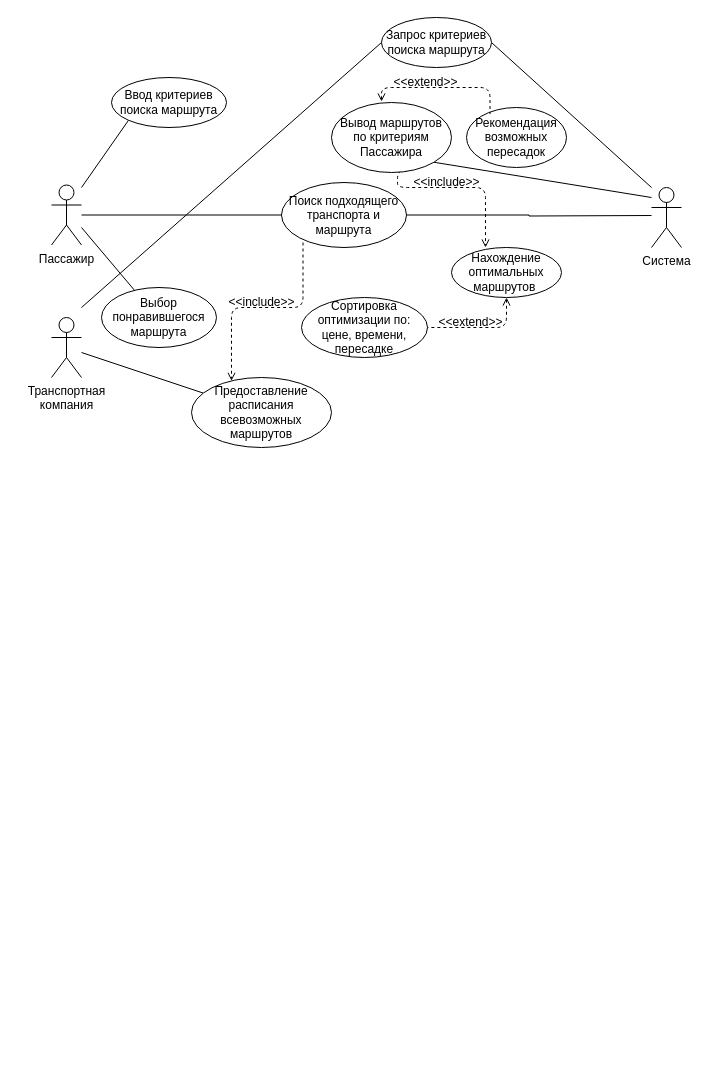
Anaastasiya/- keeps this draw.io diagram as usecase.drawio. Above is the earlier version. Source tidied: cells renumbered, new cells numbered last; positions are measured from the earlier drawing's top-left corner, leaving out a move shared by most shapes. Both pictures are drawn from the tidied source at 100%, with x=0, y=0 at pixel (51, 17).
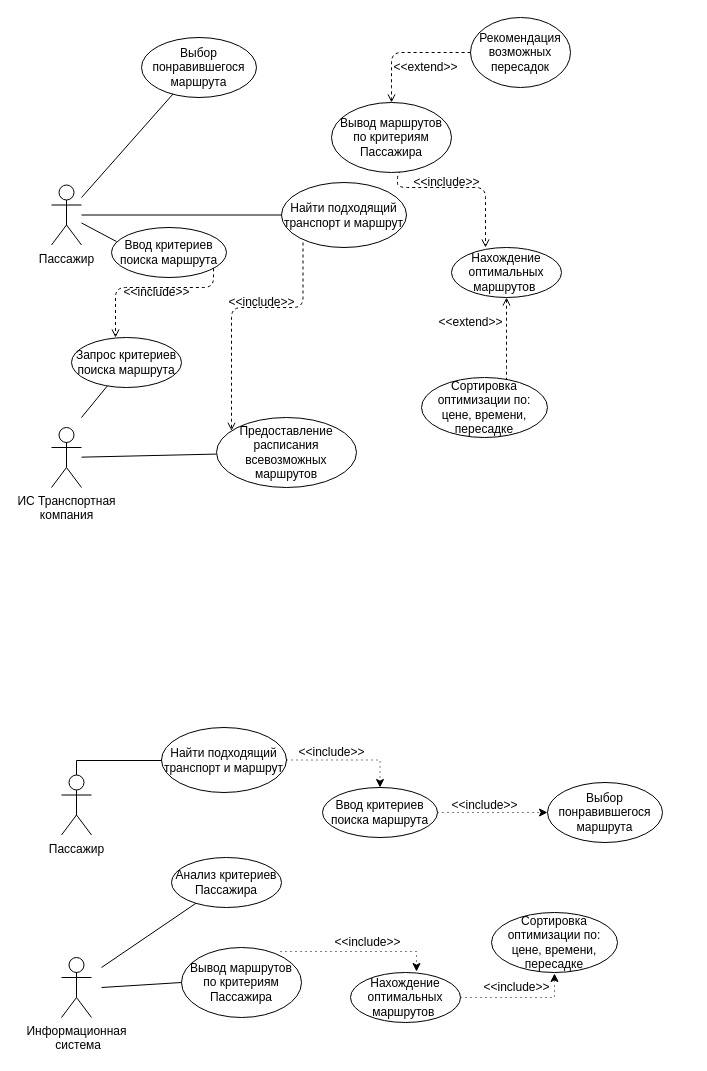
Above is the later version.

Unchanged cells that the change refers to:
```xml
<mxCell id="11" value="Пассажир" style="shape=umlActor;verticalLabelPosition=bottom;verticalAlign=top;html=1;" parent="1" vertex="1">
  <mxGeometry y="167.5" width="30" height="60" as="geometry" />
</mxCell>
<mxCell id="16" value="Вывод маршрутов по критериям Пассажира" style="ellipse;whiteSpace=wrap;html=1;" parent="1" vertex="1">
  <mxGeometry x="280" y="85" width="120" height="70" as="geometry" />
</mxCell>
<mxCell id="19" value="Нахождение оптимальных маршрутов&amp;nbsp;" style="ellipse;whiteSpace=wrap;html=1;" parent="1" vertex="1">
  <mxGeometry x="400" y="230" width="110" height="50" as="geometry" />
</mxCell>
```

Diff of the diagram source:
```diff
@@
-    <mxCell id="3" value="Транспортная&lt;br&gt;компания" style="shape=umlActor;verticalLabelPosition=bottom;verticalAlign=top;html=1;" parent="1" vertex="1">
-      <mxGeometry y="300" width="30" height="60" as="geometry" />
+    <mxCell id="3" value="ИС Транспортная&lt;br&gt;компания" style="shape=umlActor;verticalLabelPosition=bottom;verticalAlign=top;html=1;" parent="1" vertex="1">
+      <mxGeometry y="410" width="30" height="60" as="geometry" />
     </mxCell>
-    <mxCell id="4" style="edgeStyle=orthogonalEdgeStyle;rounded=0;jettySize=auto;html=1;endArrow=none;endFill=0;" parent="1" edge="1" target="13">
-      <mxGeometry relative="1" as="geometry">
-        <mxPoint x="600" y="198" as="sourcePoint" />
-      </mxGeometry>
-    </mxCell>
-    <mxCell id="5" style="edgeStyle=none;rounded=0;jettySize=auto;html=1;endArrow=none;endFill=0;entryX=1;entryY=0.5;entryDx=0;entryDy=0;" parent="1" edge="1" target="17">
-      <mxGeometry relative="1" as="geometry">
-        <mxPoint x="600" y="170" as="sourcePoint" />
-      </mxGeometry>
-    </mxCell>
-    <mxCell id="6" style="edgeStyle=none;rounded=0;jettySize=auto;html=1;entryX=1;entryY=1;entryDx=0;entryDy=0;endArrow=none;endFill=0;" parent="1" edge="1" target="16">
-      <mxGeometry relative="1" as="geometry">
-        <mxPoint x="600" y="180" as="sourcePoint" />
-      </mxGeometry>
-    </mxCell>
-    <mxCell id="7" value="Система" style="shape=umlActor;verticalLabelPosition=bottom;verticalAlign=top;html=1;" parent="1" vertex="1">
-      <mxGeometry x="600" y="170" width="30" height="60" as="geometry" />
-    </mxCell>
@@
-    <mxCell id="9" style="rounded=0;jettySize=auto;html=1;entryX=0;entryY=1;entryDx=0;entryDy=0;endArrow=none;endFill=0;" parent="1" edge="1" target="18">
-      <mxGeometry relative="1" as="geometry">
-        <mxPoint x="30" y="170" as="sourcePoint" />
-      </mxGeometry>
+    <mxCell id="9" style="rounded=0;jettySize=auto;html=1;entryX=0.043;entryY=0.28;entryDx=0;entryDy=0;endArrow=none;endFill=0;entryPerimeter=0;" parent="1" edge="1" source="11" target="18">
+      <mxGeometry relative="1" as="geometry" />
     </mxCell>
-    <mxCell id="10" style="edgeStyle=none;rounded=0;jettySize=auto;html=1;entryX=0.296;entryY=0.067;entryDx=0;entryDy=0;entryPerimeter=0;endArrow=none;endFill=0;" parent="1" edge="1" target="21">
+    <mxCell id="10" style="edgeStyle=none;rounded=0;jettySize=auto;html=1;entryX=0.278;entryY=0.933;entryDx=0;entryDy=0;endArrow=none;endFill=0;entryPerimeter=0;" parent="1" edge="1" target="21">
       <mxGeometry relative="1" as="geometry">
-        <mxPoint x="30" y="210" as="sourcePoint" />
+        <mxPoint x="30" y="180" as="sourcePoint" />
       </mxGeometry>
     </mxCell>
@@
     <mxCell id="12" value="Рекомендация возможных пересадок" style="ellipse;whiteSpace=wrap;html=1;" parent="1" vertex="1">
-      <mxGeometry x="415" y="90" width="100" height="60" as="geometry" />
+      <mxGeometry x="419" width="100" height="70" as="geometry" />
     </mxCell>
-    <mxCell id="13" value="&lt;div style=&quot;&quot;&gt;&lt;span style=&quot;background-color: initial;&quot;&gt;Поиск подходящего транспорта и маршрута&lt;/span&gt;&lt;/div&gt;" style="ellipse;whiteSpace=wrap;html=1;align=center;" parent="1" vertex="1">
+    <mxCell id="13" value="&lt;div style=&quot;&quot;&gt;&lt;span style=&quot;background-color: initial;&quot;&gt;Найти подходящий транспорт и маршрут&lt;/span&gt;&lt;/div&gt;" style="ellipse;whiteSpace=wrap;html=1;align=center;" parent="1" vertex="1">
       <mxGeometry x="230" y="165" width="125" height="65" as="geometry" />
     </mxCell>
-    <mxCell id="14" style="edgeStyle=orthogonalEdgeStyle;rounded=1;jettySize=auto;html=1;endArrow=none;endFill=0;entryX=0.235;entryY=0.092;entryDx=0;entryDy=0;dashed=1;entryPerimeter=0;startArrow=open;startFill=0;exitX=0.417;exitY=-0.014;exitDx=0;exitDy=0;exitPerimeter=0;" parent="1" edge="1" source="16">
+    <mxCell id="14" style="edgeStyle=orthogonalEdgeStyle;rounded=1;jettySize=auto;html=1;endArrow=none;endFill=0;dashed=1;startArrow=open;startFill=0;exitX=0.5;exitY=0;exitDx=0;exitDy=0;" parent="1" edge="1" source="16" target="12">
       <mxGeometry relative="1" as="geometry">
-        <mxPoint x="438.5" y="96.5" as="targetPoint" />
         <Array as="points">
-          <mxPoint x="330" y="70" />
-          <mxPoint x="439" y="70" />
+          <mxPoint x="340" y="80" />
+          <mxPoint x="340" y="80" />
         </Array>
       </mxGeometry>
     </mxCell>
@@
     <mxCell id="17" value="Запрос критериев поиска маршрута" style="ellipse;whiteSpace=wrap;html=1;" parent="1" vertex="1">
-      <mxGeometry x="330" width="110" height="50" as="geometry" />
+      <mxGeometry x="20" y="320" width="110" height="50" as="geometry" />
     </mxCell>
     <mxCell id="18" value="Ввод критериев поиска маршрута" style="ellipse;whiteSpace=wrap;html=1;" parent="1" vertex="1">
-      <mxGeometry x="60" y="60" width="115" height="50" as="geometry" />
+      <mxGeometry x="60" y="210" width="115" height="50" as="geometry" />
     </mxCell>
@@
     <mxCell id="20" value="Сортировка оптимизации по: цене, времени, пересадке" style="ellipse;whiteSpace=wrap;html=1;" parent="1" vertex="1">
-      <mxGeometry x="250" y="280" width="126" height="60" as="geometry" />
+      <mxGeometry x="370" y="360" width="126" height="60" as="geometry" />
     </mxCell>
     <mxCell id="21" value="Выбор понравившегося маршрута" style="ellipse;whiteSpace=wrap;html=1;" parent="1" vertex="1">
-      <mxGeometry x="50" y="270" width="115" height="60" as="geometry" />
+      <mxGeometry x="90" y="20" width="115" height="60" as="geometry" />
     </mxCell>
     <mxCell id="22" value="Предоставление расписания всевозможных маршрутов" style="ellipse;whiteSpace=wrap;html=1;" parent="1" vertex="1">
-      <mxGeometry x="140" y="360" width="140" height="70" as="geometry" />
+      <mxGeometry x="165" y="400" width="140" height="70" as="geometry" />
     </mxCell>
     <mxCell id="23" value="&amp;lt;&amp;lt;extend&amp;gt;&amp;gt;" style="text;html=1;align=center;verticalAlign=middle;fillColor=none;strokeColor=none;rounded=0;" parent="1" vertex="1">
-      <mxGeometry x="329" y="50" width="90" height="30" as="geometry" />
+      <mxGeometry x="329" y="35" width="90" height="30" as="geometry" />
     </mxCell>
-    <mxCell id="24" style="edgeStyle=orthogonalEdgeStyle;rounded=1;jettySize=auto;html=1;endArrow=none;endFill=0;entryX=1;entryY=0.5;entryDx=0;entryDy=0;exitX=0.5;exitY=1;exitDx=0;exitDy=0;dashed=1;startArrow=open;startFill=0;" parent="1" edge="1" source="19" target="20">
+    <mxCell id="24" style="edgeStyle=orthogonalEdgeStyle;rounded=1;jettySize=auto;html=1;endArrow=none;endFill=0;dashed=1;startArrow=open;startFill=0;" parent="1" edge="1" source="19" target="20">
       <mxGeometry relative="1" as="geometry">
         <Array as="points">
-          <mxPoint x="455" y="310" />
+          <mxPoint x="455" y="340" />
+          <mxPoint x="455" y="340" />
         </Array>
       </mxGeometry>
     </mxCell>
@@
-    <mxCell id="29" style="rounded=0;jettySize=auto;html=1;entryX=0;entryY=0.5;entryDx=0;entryDy=0;endArrow=none;endFill=0;" parent="1" edge="1" target="17">
+    <mxCell id="29" style="rounded=0;jettySize=auto;html=1;endArrow=none;endFill=0;" parent="1" edge="1" target="17">
       <mxGeometry relative="1" as="geometry">
-        <mxPoint x="30" y="290" as="sourcePoint" />
+        <mxPoint x="30" y="400" as="sourcePoint" />
       </mxGeometry>
     </mxCell>
+    <mxCell id="30" style="edgeStyle=orthogonalEdgeStyle;rounded=1;jettySize=auto;html=1;endArrow=open;endFill=0;dashed=1;startArrow=none;startFill=0;" parent="1" edge="1" source="18">
+      <mxGeometry relative="1" as="geometry">
+        <mxPoint x="64" y="320" as="targetPoint" />
+        <Array as="points">
+          <mxPoint x="162" y="270" />
+          <mxPoint x="64" y="270" />
+        </Array>
+      </mxGeometry>
+    </mxCell>
+    <mxCell id="31" value="&amp;lt;&amp;lt;include&amp;gt;&amp;gt;" style="text;html=1;align=center;verticalAlign=middle;fillColor=none;strokeColor=none;rounded=0;" parent="1" vertex="1">
+      <mxGeometry x="60" y="260" width="90" height="30" as="geometry" />
+    </mxCell>
+    <mxCell id="32" value="Информационная&lt;br&gt;&amp;nbsp;система" style="shape=umlActor;verticalLabelPosition=bottom;verticalAlign=top;html=1;" parent="1" vertex="1">
+      <mxGeometry x="10" y="940" width="30" height="60" as="geometry" />
+    </mxCell>
+    <mxCell id="33" style="edgeStyle=orthogonalEdgeStyle;rounded=0;jettySize=auto;html=1;endArrow=none;endFill=0;" parent="1" edge="1" source="34" target="36">
+      <mxGeometry relative="1" as="geometry">
+        <Array as="points">
+          <mxPoint x="25" y="743" />
+        </Array>
+      </mxGeometry>
+    </mxCell>
+    <mxCell id="34" value="Пассажир" style="shape=umlActor;verticalLabelPosition=bottom;verticalAlign=top;html=1;" parent="1" vertex="1">
+      <mxGeometry x="10" y="757.5" width="30" height="60" as="geometry" />
+    </mxCell>
+    <mxCell id="35" style="edgeStyle=orthogonalEdgeStyle;rounded=0;jettySize=auto;html=1;entryX=0.5;entryY=0;entryDx=0;entryDy=0;dashed=1;dashPattern=1 4;" parent="1" edge="1" source="36" target="40">
+      <mxGeometry relative="1" as="geometry" />
+    </mxCell>
+    <mxCell id="36" value="&lt;div style=&quot;&quot;&gt;&lt;span style=&quot;background-color: initial;&quot;&gt;Найти подходящий транспорт и маршрут&lt;/span&gt;&lt;/div&gt;" style="ellipse;whiteSpace=wrap;html=1;align=center;" parent="1" vertex="1">
+      <mxGeometry x="110" y="710" width="125" height="65" as="geometry" />
+    </mxCell>
+    <mxCell id="37" value="Вывод маршрутов по критериям Пассажира" style="ellipse;whiteSpace=wrap;html=1;" parent="1" vertex="1">
+      <mxGeometry x="130" y="930" width="120" height="70" as="geometry" />
+    </mxCell>
+    <mxCell id="38" value="Анализ критериев Пассажира" style="ellipse;whiteSpace=wrap;html=1;" parent="1" vertex="1">
+      <mxGeometry x="120" y="840" width="110" height="50" as="geometry" />
+    </mxCell>
+    <mxCell id="39" style="edgeStyle=orthogonalEdgeStyle;rounded=0;jettySize=auto;html=1;dashed=1;dashPattern=1 4;" parent="1" edge="1" source="40" target="42">
+      <mxGeometry relative="1" as="geometry" />
+    </mxCell>
+    <mxCell id="40" value="Ввод критериев поиска маршрута" style="ellipse;whiteSpace=wrap;html=1;" parent="1" vertex="1">
+      <mxGeometry x="271" y="770" width="115" height="50" as="geometry" />
+    </mxCell>
+    <mxCell id="41" value="Сортировка оптимизации по: цене, времени, пересадке" style="ellipse;whiteSpace=wrap;html=1;" parent="1" vertex="1">
+      <mxGeometry x="440" y="895" width="126" height="60" as="geometry" />
+    </mxCell>
+    <mxCell id="42" value="Выбор понравившегося маршрута" style="ellipse;whiteSpace=wrap;html=1;" parent="1" vertex="1">
+      <mxGeometry x="496" y="765" width="115" height="60" as="geometry" />
+    </mxCell>
+    <mxCell id="43" style="rounded=0;jettySize=auto;html=1;endArrow=none;endFill=0;" parent="1" edge="1" target="38">
+      <mxGeometry relative="1" as="geometry">
+        <mxPoint x="50" y="950" as="sourcePoint" />
+      </mxGeometry>
+    </mxCell>
+    <mxCell id="44" value="&amp;lt;&amp;lt;include&amp;gt;&amp;gt;" style="text;html=1;align=center;verticalAlign=middle;fillColor=none;strokeColor=none;rounded=0;" parent="1" vertex="1">
+      <mxGeometry x="235" y="720" width="90" height="30" as="geometry" />
+    </mxCell>
+    <mxCell id="45" value="&amp;lt;&amp;lt;include&amp;gt;&amp;gt;" style="text;html=1;align=center;verticalAlign=middle;fillColor=none;strokeColor=none;rounded=0;" parent="1" vertex="1">
+      <mxGeometry x="388" y="772.5" width="90" height="30" as="geometry" />
+    </mxCell>
+    <mxCell id="46" value="Нахождение оптимальных маршрутов&amp;nbsp;" style="ellipse;whiteSpace=wrap;html=1;" parent="1" vertex="1">
+      <mxGeometry x="299" y="955" width="110" height="50" as="geometry" />
+    </mxCell>
+    <mxCell id="47" style="rounded=1;jettySize=auto;html=1;startArrow=none;startFill=0;endArrow=none;endFill=0;entryX=0;entryY=0.5;entryDx=0;entryDy=0;" parent="1" edge="1" target="37">
+      <mxGeometry relative="1" as="geometry">
+        <mxPoint x="50" y="970" as="sourcePoint" />
+      </mxGeometry>
+    </mxCell>
+    <mxCell id="48" style="edgeStyle=orthogonalEdgeStyle;rounded=0;jettySize=auto;html=1;dashed=1;dashPattern=1 4;exitX=0.825;exitY=0.057;exitDx=0;exitDy=0;entryX=0.6;entryY=-0.02;entryDx=0;entryDy=0;entryPerimeter=0;exitPerimeter=0;" parent="1" edge="1" source="37" target="46">
+      <mxGeometry relative="1" as="geometry" />
+    </mxCell>
+    <mxCell id="49" value="&amp;lt;&amp;lt;include&amp;gt;&amp;gt;" style="text;html=1;align=center;verticalAlign=middle;fillColor=none;strokeColor=none;rounded=0;" parent="1" vertex="1">
+      <mxGeometry x="271" y="910" width="90" height="30" as="geometry" />
+    </mxCell>
+    <mxCell id="50" style="edgeStyle=orthogonalEdgeStyle;rounded=0;jettySize=auto;html=1;dashed=1;dashPattern=1 4;exitX=1;exitY=0.5;exitDx=0;exitDy=0;entryX=0.922;entryY=0.033;entryDx=0;entryDy=0;entryPerimeter=0;" parent="1" edge="1" source="46" target="51">
+      <mxGeometry relative="1" as="geometry">
+        <Array as="points">
+          <mxPoint x="503" y="980" />
+        </Array>
+      </mxGeometry>
+    </mxCell>
+    <mxCell id="51" value="&amp;lt;&amp;lt;include&amp;gt;&amp;gt;" style="text;html=1;align=center;verticalAlign=middle;points=[];fillColor=none;strokeColor=none;rounded=0;" parent="1" vertex="1">
+      <mxGeometry x="420" y="955" width="90" height="30" as="geometry" />
+    </mxCell>
```
